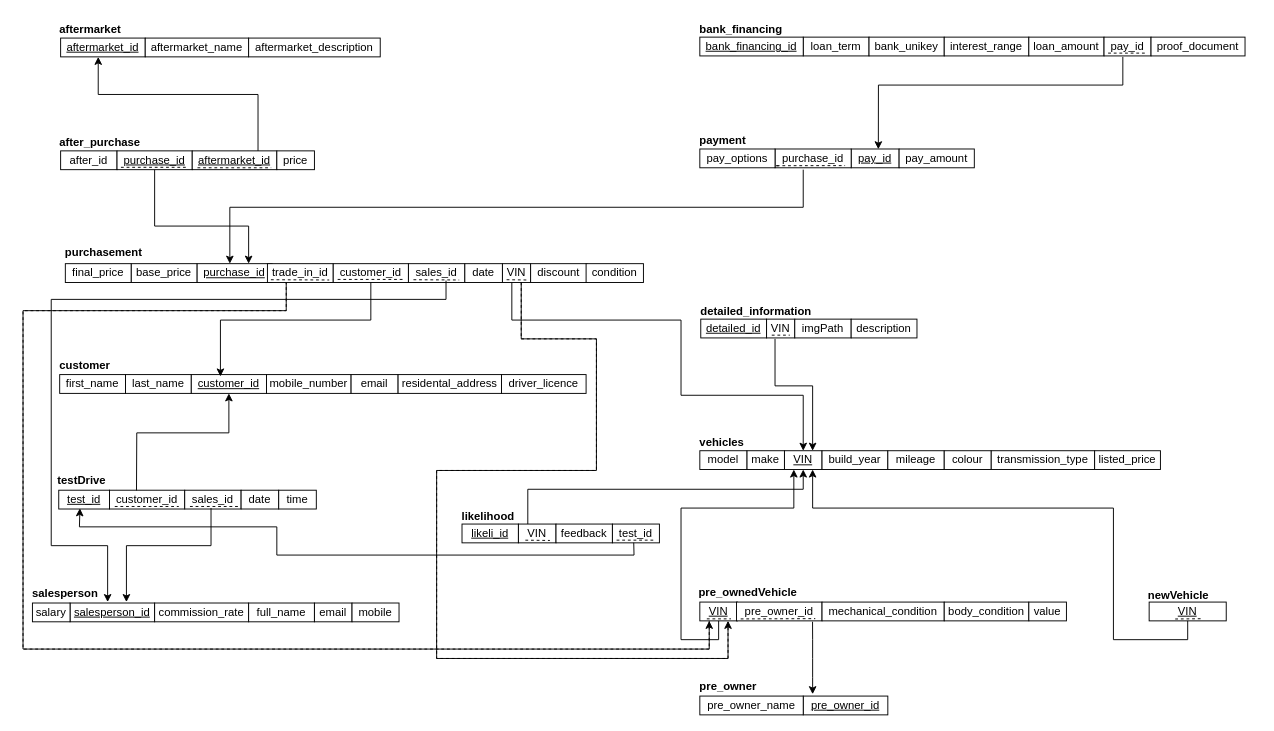
Above: 未命名绘图.drawio in Syrus-jpg/LeetCode (draw.io), before the change. Source tidied: cells renumbered, new cells numbered last; positions are measured from the earlier drawing's top-left corner, leaving out a move shared by most shapes. Both pictures are drawn from the tidied source at 94%, with x=0, y=0 at pixel (23, 16).
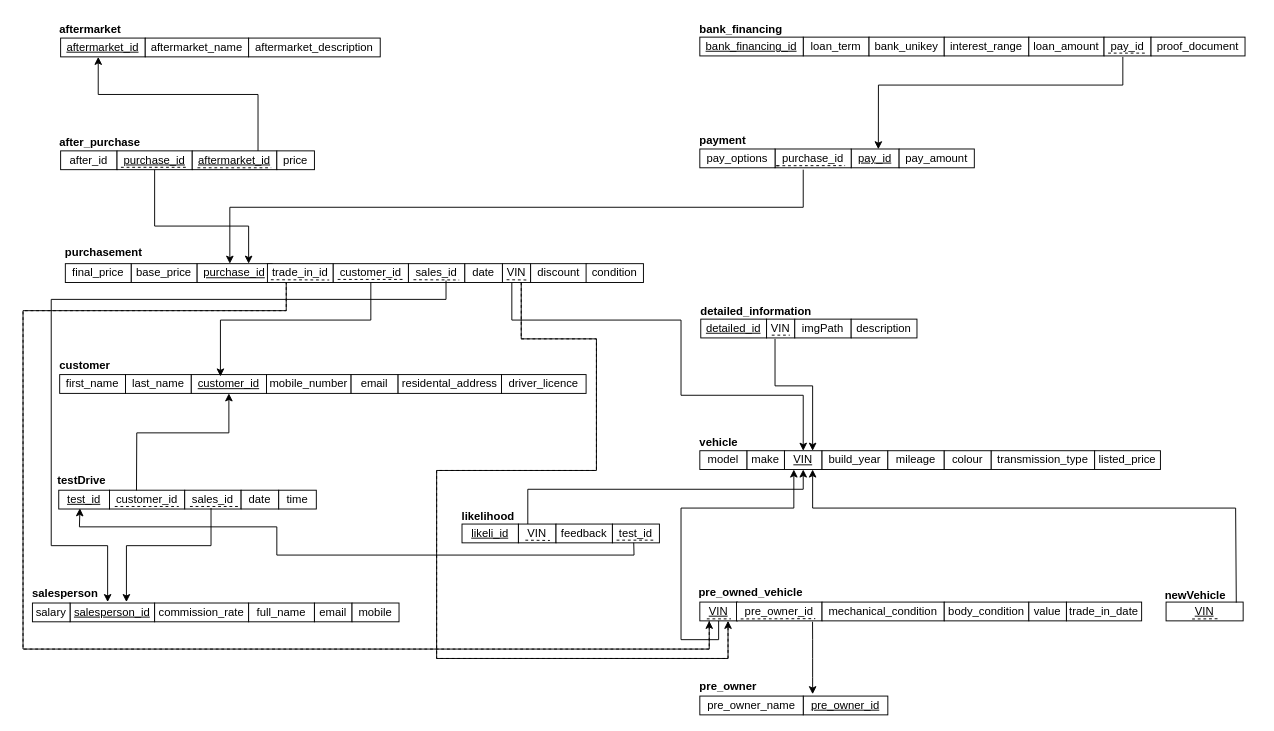
After the change.

Commit message (it also covers changes not shown here):
更新未命名绘图.drawio

The change refers to these unchanged cells:
```xml
<mxCell id="44" value="&lt;u&gt;VIN&lt;/u&gt;" style="rounded=0;whiteSpace=wrap;html=1;" parent="1" vertex="1">
  <mxGeometry x="810" y="462" width="40" height="20" as="geometry" />
</mxCell>
```

Diff of the diagram source:
```diff
@@
     <mxCell id="71" value="&lt;u&gt;VIN&lt;/u&gt;" style="rounded=0;whiteSpace=wrap;html=1;" parent="1" vertex="1">
-      <mxGeometry x="1198" y="623" width="82" height="20" as="geometry" />
+      <mxGeometry x="1216" y="623" width="82" height="20" as="geometry" />
     </mxCell>
@@
-    <mxCell id="95" style="endArrow=classic;html=1;rounded=0;exitX=0.5;exitY=1;exitDx=0;exitDy=0;entryX=0.75;entryY=1;entryDx=0;entryDy=0;" parent="1" edge="1" source="71" target="44">
+    <mxCell id="95" style="endArrow=classic;html=1;rounded=0;entryX=0.75;entryY=1;entryDx=0;entryDy=0;exitX=0.911;exitY=0.028;exitDx=0;exitDy=0;exitPerimeter=0;" parent="1" edge="1" source="71" target="44">
       <mxGeometry relative="1" as="geometry">
         <Array as="points">
-          <mxPoint x="1239" y="663" />
-          <mxPoint x="1160" y="663" />
-          <mxPoint x="1160" y="523" />
+          <mxPoint x="1290" y="523" />
           <mxPoint x="840" y="523" />
         </Array>
       </mxGeometry>
     </mxCell>
@@
-    <mxCell id="113" value="&lt;b style=&quot;forced-color-adjust: none; color: rgb(0, 0, 0); font-family: Helvetica; font-size: 12px; font-style: normal; font-variant-ligatures: normal; font-variant-caps: normal; letter-spacing: normal; orphans: 2; text-align: center; text-indent: 0px; text-transform: none; widows: 2; word-spacing: 0px; -webkit-text-stroke-width: 0px; white-space: normal; text-decoration-thickness: initial; text-decoration-style: initial; text-decoration-color: initial;&quot;&gt;vehicles&lt;/b&gt;" style="text;whiteSpace=wrap;html=1;" parent="1" vertex="1">
+    <mxCell id="113" value="&lt;b style=&quot;forced-color-adjust: none; color: rgb(0, 0, 0); font-family: Helvetica; font-size: 12px; font-style: normal; font-variant-ligatures: normal; font-variant-caps: normal; letter-spacing: normal; orphans: 2; text-align: center; text-indent: 0px; text-transform: none; widows: 2; word-spacing: 0px; -webkit-text-stroke-width: 0px; white-space: normal; text-decoration-thickness: initial; text-decoration-style: initial; text-decoration-color: initial;&quot;&gt;vehicle&lt;/b&gt;" style="text;whiteSpace=wrap;html=1;" parent="1" vertex="1">
       <mxGeometry x="718" y="440" width="80" height="40" as="geometry" />
     </mxCell>
-    <mxCell id="114" value="&lt;b style=&quot;forced-color-adjust: none; color: rgb(0, 0, 0); font-family: Helvetica; font-size: 12px; font-style: normal; font-variant-ligatures: normal; font-variant-caps: normal; letter-spacing: normal; orphans: 2; text-align: center; text-indent: 0px; text-transform: none; widows: 2; word-spacing: 0px; -webkit-text-stroke-width: 0px; white-space: normal; text-decoration-thickness: initial; text-decoration-style: initial; text-decoration-color: initial;&quot;&gt;pre_ownedVehicle&lt;/b&gt;" style="text;whiteSpace=wrap;html=1;" parent="1" vertex="1">
+    <mxCell id="114" value="&lt;b style=&quot;forced-color-adjust: none; color: rgb(0, 0, 0); font-family: Helvetica; font-size: 12px; font-style: normal; font-variant-ligatures: normal; font-variant-caps: normal; letter-spacing: normal; orphans: 2; text-align: center; text-indent: 0px; text-transform: none; widows: 2; word-spacing: 0px; -webkit-text-stroke-width: 0px; white-space: normal; text-decoration-thickness: initial; text-decoration-style: initial; text-decoration-color: initial;&quot;&gt;pre_owned_vehicle&lt;/b&gt;" style="text;whiteSpace=wrap;html=1;" parent="1" vertex="1">
       <mxGeometry x="717" y="599" width="140" height="40" as="geometry" />
     </mxCell>
@@
     <mxCell id="118" value="&lt;b style=&quot;forced-color-adjust: none; color: rgb(0, 0, 0); font-family: Helvetica; font-size: 12px; font-style: normal; font-variant-ligatures: normal; font-variant-caps: normal; letter-spacing: normal; orphans: 2; text-align: center; text-indent: 0px; text-transform: none; widows: 2; word-spacing: 0px; -webkit-text-stroke-width: 0px; white-space: normal; text-decoration-thickness: initial; text-decoration-style: initial; text-decoration-color: initial;&quot;&gt;newVehicle&lt;/b&gt;" style="text;whiteSpace=wrap;html=1;" parent="1" vertex="1">
-      <mxGeometry x="1195" y="602" width="100" height="40" as="geometry" />
+      <mxGeometry x="1213" y="602" width="100" height="40" as="geometry" />
     </mxCell>
@@
+    <mxCell id="123" value="trade_in_date" style="rounded=0;whiteSpace=wrap;html=1;" parent="1" vertex="1">
+      <mxGeometry x="1110" y="623" width="80" height="20" as="geometry" />
+    </mxCell>
```
